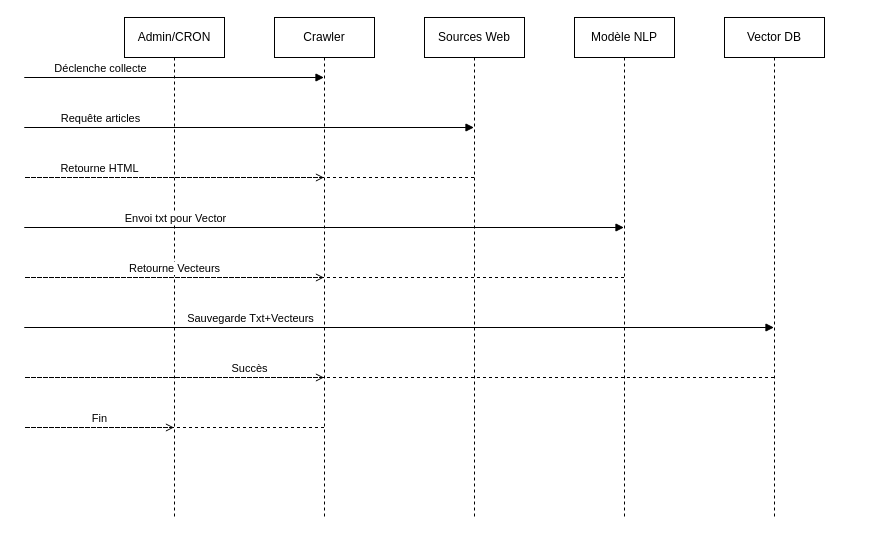
Above: ai-service/docs/Diagramme_Sequence_Crawler.drawio in rooneyi/rdc-news-intelligence (draw.io), before the change. Source tidied: cells renumbered, new cells numbered last; positions are measured from the earlier drawing's top-left corner, leaving out a move shared by most shapes. Both pictures are drawn from the tidied source at 100%, with x=0, y=0 at pixel (24, 17).
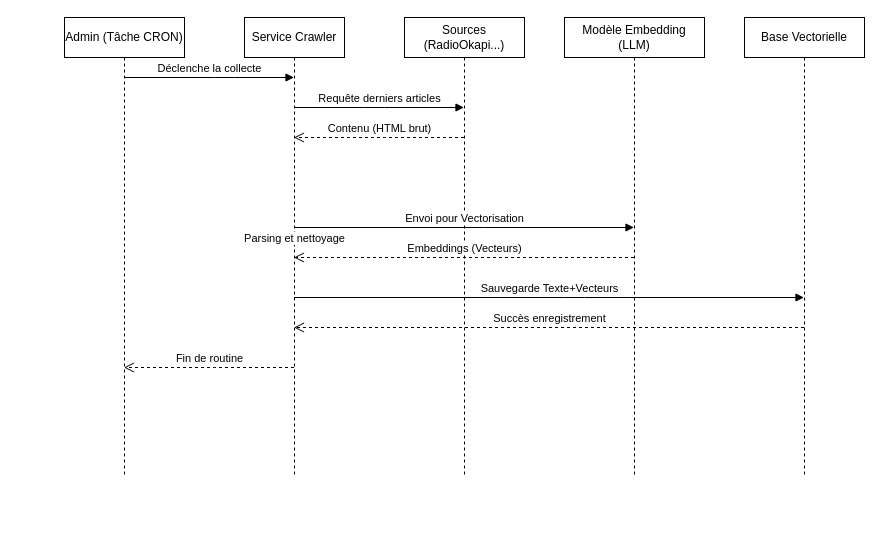
The same diagram, later.

Change to the diagram source:
```diff
@@
-<mxGraphModel>
+<mxGraphModel background="#ffffff">
@@
-    <mxCell id="0" />
-    <mxCell id="1" parent="0" />
-    <mxCell id="2" value="Admin/CRON" style="shape=umlLifeline;perimeter=lifelinePerimeter;whiteSpace=wrap;html=1;outlineConnect=0;" parent="1" vertex="1">
-      <mxGeometry x="100" width="100" height="500" as="geometry" />
-    </mxCell>
-    <mxCell id="3" value="Crawler" style="shape=umlLifeline;perimeter=lifelinePerimeter;whiteSpace=wrap;html=1;outlineConnect=0;" parent="1" vertex="1">
-      <mxGeometry x="250" width="100" height="500" as="geometry" />
-    </mxCell>
-    <mxCell id="4" value="Sources Web" style="shape=umlLifeline;perimeter=lifelinePerimeter;whiteSpace=wrap;html=1;outlineConnect=0;" parent="1" vertex="1">
-      <mxGeometry x="400" width="100" height="500" as="geometry" />
-    </mxCell>
-    <mxCell id="5" value="Modèle NLP" style="shape=umlLifeline;perimeter=lifelinePerimeter;whiteSpace=wrap;html=1;outlineConnect=0;" parent="1" vertex="1">
-      <mxGeometry x="550" width="100" height="500" as="geometry" />
-    </mxCell>
-    <mxCell id="6" value="Vector DB" style="shape=umlLifeline;perimeter=lifelinePerimeter;whiteSpace=wrap;html=1;outlineConnect=0;" parent="1" vertex="1">
-      <mxGeometry x="700" width="100" height="500" as="geometry" />
-    </mxCell>
+    <mxCell id="15" />
+    <mxCell id="16" parent="15" />
+    <mxCell id="17" value="Admin (Tâche CRON)" style="shape=umlLifeline;perimeter=lifelinePerimeter;whiteSpace=wrap;html=1;outlineConnect=0;fillColor=#ffffff;strokeColor=#000000;fontColor=#000000;" parent="16" vertex="1">
+      <mxGeometry x="40" width="120" height="460" as="geometry" />
+    </mxCell>
+    <mxCell id="18" value="Service Crawler" style="shape=umlLifeline;perimeter=lifelinePerimeter;whiteSpace=wrap;html=1;outlineConnect=0;fillColor=#ffffff;strokeColor=#000000;fontColor=#000000;" parent="16" vertex="1">
+      <mxGeometry x="220" width="100" height="460" as="geometry" />
+    </mxCell>
+    <mxCell id="19" value="Sources (RadioOkapi...)" style="shape=umlLifeline;perimeter=lifelinePerimeter;whiteSpace=wrap;html=1;outlineConnect=0;fillColor=#ffffff;strokeColor=#000000;fontColor=#000000;" parent="16" vertex="1">
+      <mxGeometry x="380" width="120" height="460" as="geometry" />
+    </mxCell>
+    <mxCell id="20" value="Modèle Embedding (LLM)" style="shape=umlLifeline;perimeter=lifelinePerimeter;whiteSpace=wrap;html=1;outlineConnect=0;fillColor=#ffffff;strokeColor=#000000;fontColor=#000000;" parent="16" vertex="1">
+      <mxGeometry x="540" width="140" height="460" as="geometry" />
+    </mxCell>
+    <mxCell id="21" value="Base Vectorielle" style="shape=umlLifeline;perimeter=lifelinePerimeter;whiteSpace=wrap;html=1;outlineConnect=0;fillColor=#ffffff;strokeColor=#000000;fontColor=#000000;" parent="16" vertex="1">
+      <mxGeometry x="720" width="120" height="460" as="geometry" />
+    </mxCell>
-    <mxCell id="7" value="Déclenche collecte" style="html=1;verticalAlign=bottom;endArrow=block;edgeStyle=elbowEdgeStyle;elbow=vertical;curved=0;rounded=0;" parent="1" edge="1" source="2" target="3">
+    <mxCell id="7" value="Déclenche la collecte" style="html=1;verticalAlign=bottom;endArrow=block;strokeColor=#000000;fontColor=#000000;labelBackgroundColor=#ffffff;" parent="16" edge="1" source="17" target="18">
       <mxGeometry relative="1" as="geometry">
         <Array as="points">
-          <mxPoint y="60" />
+          <mxPoint x="200" y="60" />
         </Array>
       </mxGeometry>
     </mxCell>
-    <mxCell id="8" value="Requête articles" style="html=1;verticalAlign=bottom;endArrow=block;edgeStyle=elbowEdgeStyle;elbow=vertical;curved=0;rounded=0;" parent="1" edge="1" source="3" target="4">
+    <mxCell id="8" value="Requête derniers articles" style="html=1;verticalAlign=bottom;endArrow=block;strokeColor=#000000;fontColor=#000000;labelBackgroundColor=#ffffff;" parent="16" edge="1" source="18" target="19">
       <mxGeometry relative="1" as="geometry">
         <Array as="points">
-          <mxPoint y="110" />
+          <mxPoint x="350" y="90" />
         </Array>
       </mxGeometry>
     </mxCell>
-    <mxCell id="9" value="Retourne HTML" style="html=1;verticalAlign=bottom;endArrow=block;edgeStyle=elbowEdgeStyle;elbow=vertical;curved=0;rounded=0;dashed=1;endArrow=open;" parent="1" edge="1" source="4" target="3">
+    <mxCell id="9" value="Contenu (HTML brut)" style="html=1;verticalAlign=bottom;endArrow=open;dashed=1;endSize=8;strokeColor=#000000;fontColor=#000000;labelBackgroundColor=#ffffff;" parent="16" edge="1" source="19" target="18">
       <mxGeometry relative="1" as="geometry">
         <Array as="points">
-          <mxPoint y="160" />
+          <mxPoint x="350" y="120" />
         </Array>
       </mxGeometry>
     </mxCell>
-    <mxCell id="10" value="Envoi txt pour Vector" style="html=1;verticalAlign=bottom;endArrow=block;edgeStyle=elbowEdgeStyle;elbow=vertical;curved=0;rounded=0;" parent="1" edge="1" source="3" target="5">
+    <mxCell id="10" value="Parsing et nettoyage" style="html=1;verticalAlign=bottom;endArrow=block;strokeColor=#000000;fontColor=#000000;labelBackgroundColor=#ffffff;rounded=0;edgeStyle=orthogonalEdgeStyle;curved=1;" parent="16" edge="1" source="18" target="18">
       <mxGeometry relative="1" as="geometry">
         <Array as="points">
-          <mxPoint y="210" />
+          <mxPoint x="310" y="150" />
+          <mxPoint x="310" y="180" />
         </Array>
       </mxGeometry>
     </mxCell>
-    <mxCell id="11" value="Retourne Vecteurs" style="html=1;verticalAlign=bottom;endArrow=block;edgeStyle=elbowEdgeStyle;elbow=vertical;curved=0;rounded=0;dashed=1;endArrow=open;" parent="1" edge="1" source="5" target="3">
+    <mxCell id="11" value="Envoi pour Vectorisation" style="html=1;verticalAlign=bottom;endArrow=block;strokeColor=#000000;fontColor=#000000;labelBackgroundColor=#ffffff;" parent="16" edge="1" source="18" target="20">
       <mxGeometry relative="1" as="geometry">
         <Array as="points">
-          <mxPoint y="260" />
+          <mxPoint x="450" y="210" />
         </Array>
       </mxGeometry>
     </mxCell>
-    <mxCell id="12" value="Sauvegarde Txt+Vecteurs" style="html=1;verticalAlign=bottom;endArrow=block;edgeStyle=elbowEdgeStyle;elbow=vertical;curved=0;rounded=0;" parent="1" edge="1" source="3" target="6">
+    <mxCell id="12" value="Embeddings (Vecteurs)" style="html=1;verticalAlign=bottom;endArrow=open;dashed=1;endSize=8;strokeColor=#000000;fontColor=#000000;labelBackgroundColor=#ffffff;" parent="16" edge="1" source="20" target="18">
       <mxGeometry relative="1" as="geometry">
         <Array as="points">
-          <mxPoint y="310" />
+          <mxPoint x="450" y="240" />
         </Array>
       </mxGeometry>
     </mxCell>
-    <mxCell id="13" value="Succès" style="html=1;verticalAlign=bottom;endArrow=block;edgeStyle=elbowEdgeStyle;elbow=vertical;curved=0;rounded=0;dashed=1;endArrow=open;" parent="1" edge="1" source="6" target="3">
+    <mxCell id="13" value="Sauvegarde Texte+Vecteurs" style="html=1;verticalAlign=bottom;endArrow=block;strokeColor=#000000;fontColor=#000000;labelBackgroundColor=#ffffff;" parent="16" edge="1" source="18" target="21">
       <mxGeometry relative="1" as="geometry">
         <Array as="points">
-          <mxPoint y="360" />
+          <mxPoint x="550" y="280" />
         </Array>
       </mxGeometry>
     </mxCell>
-    <mxCell id="14" value="Fin" style="html=1;verticalAlign=bottom;endArrow=block;edgeStyle=elbowEdgeStyle;elbow=vertical;curved=0;rounded=0;dashed=1;endArrow=open;" parent="1" edge="1" source="3" target="2">
+    <mxCell id="14" value="Succès enregistrement" style="html=1;verticalAlign=bottom;endArrow=open;dashed=1;endSize=8;strokeColor=#000000;fontColor=#000000;labelBackgroundColor=#ffffff;" parent="16" edge="1" source="21" target="18">
       <mxGeometry relative="1" as="geometry">
         <Array as="points">
-          <mxPoint y="410" />
+          <mxPoint x="550" y="310" />
         </Array>
       </mxGeometry>
     </mxCell>
+    <mxCell id="22" value="Fin de routine" style="html=1;verticalAlign=bottom;endArrow=open;dashed=1;endSize=8;strokeColor=#000000;fontColor=#000000;labelBackgroundColor=#ffffff;" parent="16" edge="1" source="18" target="17">
+      <mxGeometry relative="1" as="geometry">
+        <Array as="points">
+          <mxPoint x="180" y="350" />
+        </Array>
+      </mxGeometry>
+    </mxCell>
```
